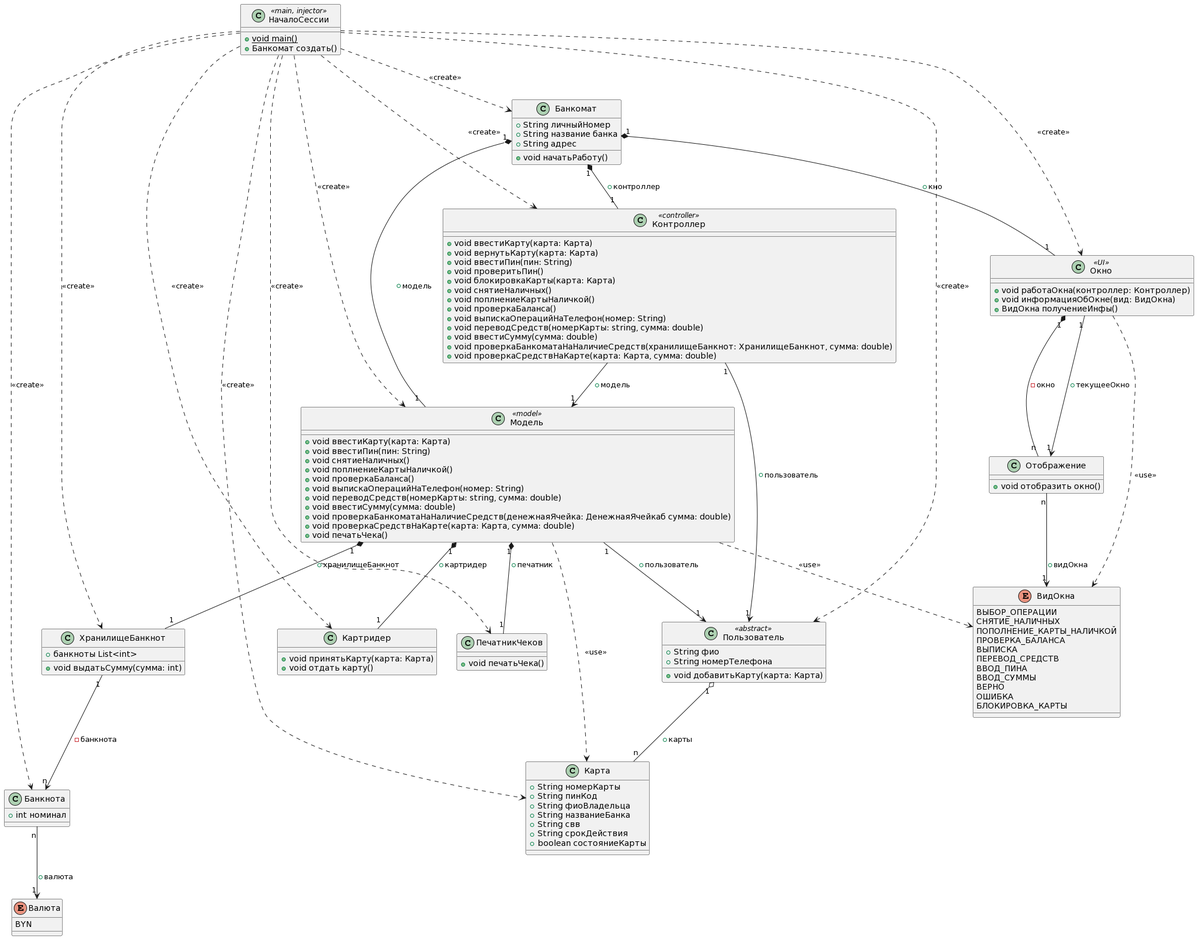
Above: doc/classDiagramBase.png in ArianaM03/PPVIS (PlantUML), before the change.
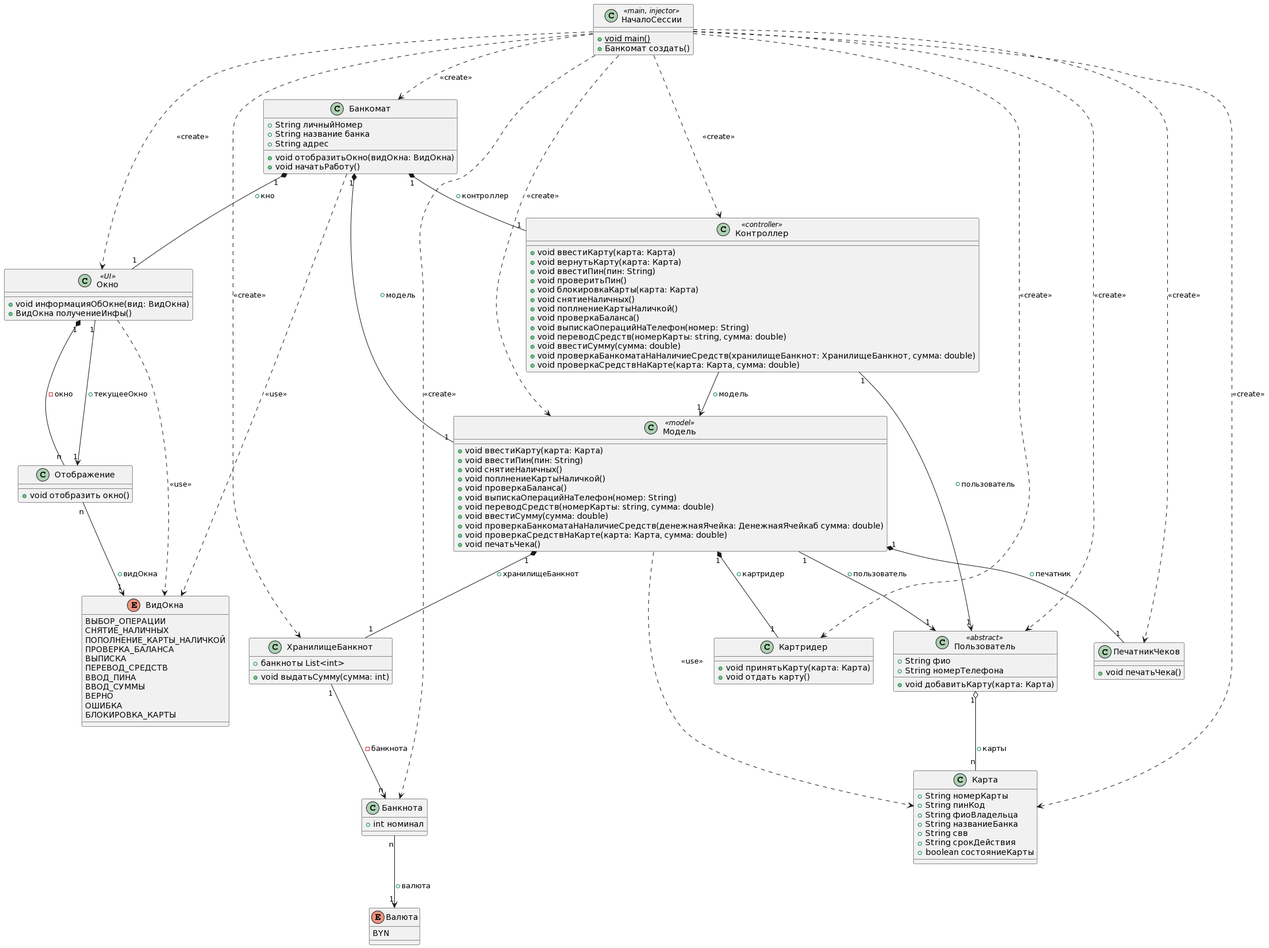
The same file after the commit.

Diff of the diagram source:
```diff
@@ -38,6 +38,7 @@
     + String название банка
     + String адрес
 
+    + void отобразитьОкно(видОкна: ВидОкна)
     + void начатьРаботу()
 }
 
@@ -109,7 +110,6 @@
 Банкнота "n" --> "1" Валюта: + валюта
 
 class Окно <<UI>>{
-    + void работаОкна(контроллер: Контроллер)
     + void информацияОбОкне(вид: ВидОкна)
     + ВидОкна получениеИнфы()
 }
@@ -139,5 +139,5 @@
 Окно "1" *-- "n" Отображение: -окно
 Отображение "n" -->  "1" ВидОкна: +видОкна
 Окно "1" --> "1" Отображение: +текущееОкно
-Модель ..> ВидОкна: <<use>>
+Банкомат ..> ВидОкна: <<use>>
 @enduml
```
